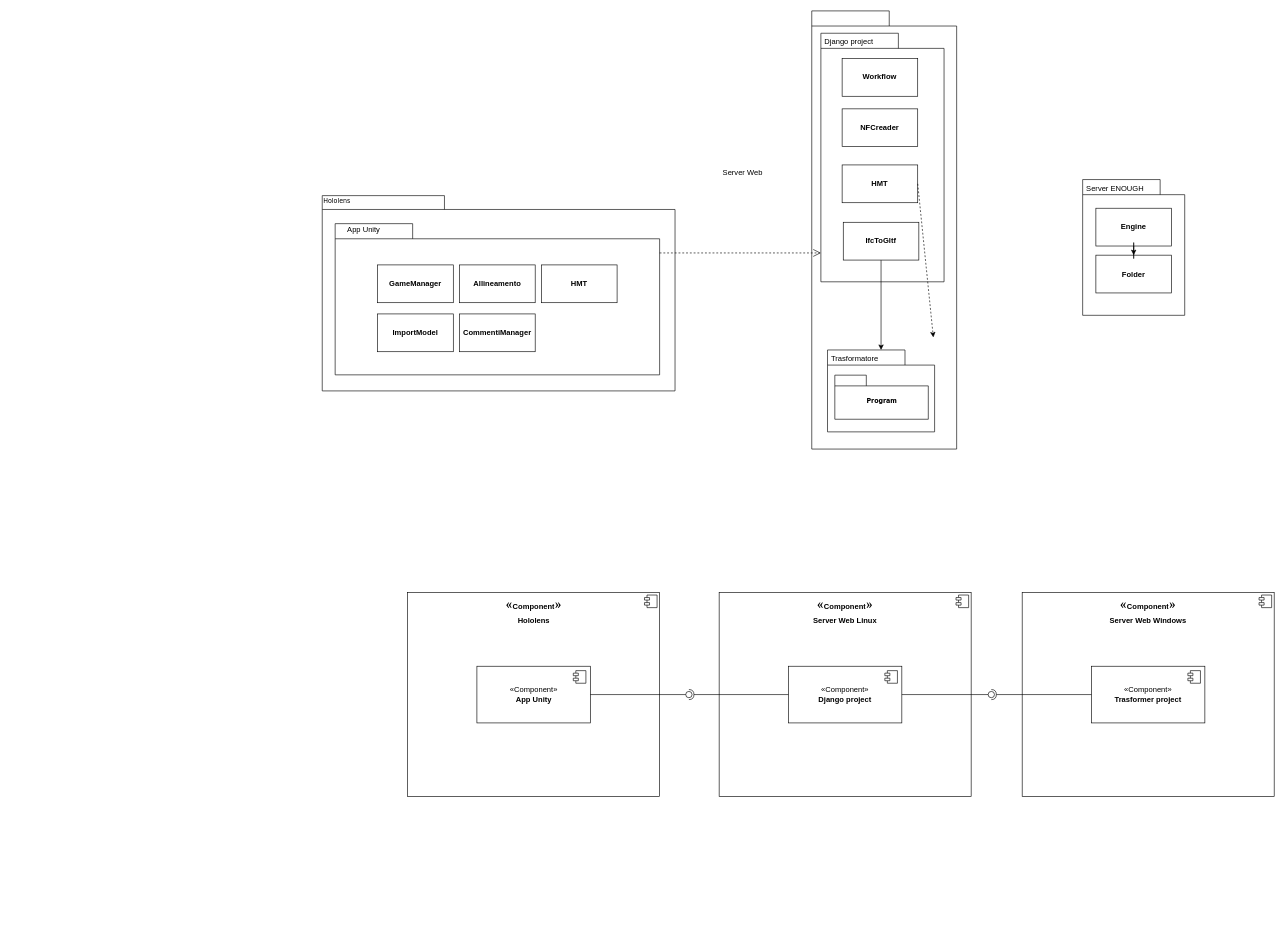
f94f/ENOGH-UML keeps this draw.io diagram as Componenti/compinenti.drawio. Above is the earlier version. Source tidied: cells renumbered, new cells numbered last; positions are measured from the earlier drawing's top-left corner, leaving out a move shared by most shapes. Both pictures are drawn from the tidied source at 63%, with x=0, y=0 at pixel (322, 11).
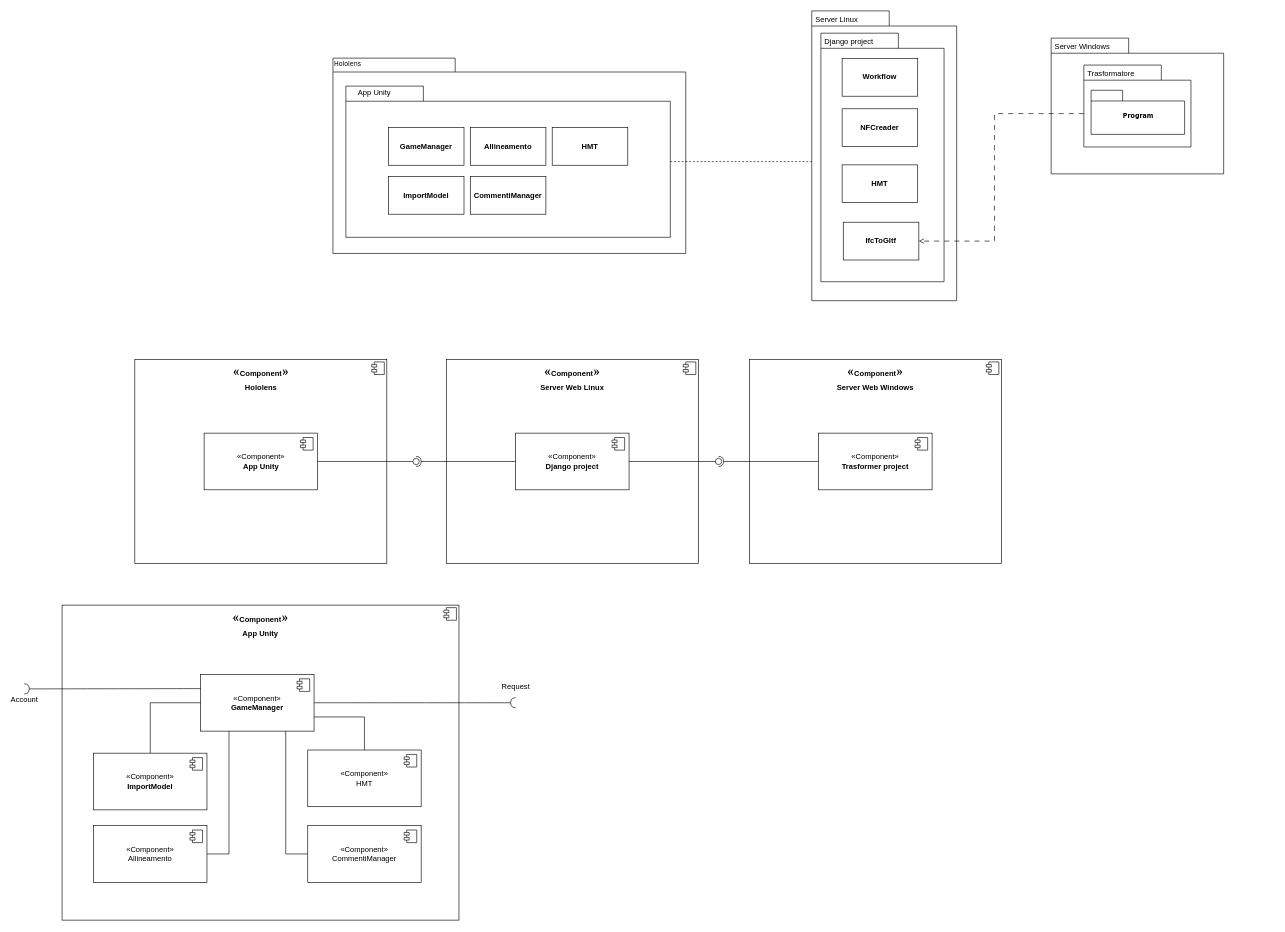
Above is the later version.

Diff of the diagram source:
```diff
@@
-    <mxCell id="2" style="shape=folder;fontStyle=1;spacingTop=10;tabWidth=123;tabHeight=24;tabPosition=left;html=1;rounded=0;shadow=0;comic=0;labelBackgroundColor=none;strokeWidth=1;fontFamily=Verdana;fontSize=10;align=center;" parent="1" vertex="1">
-      <mxGeometry x="1207" y="267.5" width="162" height="215.5" as="geometry" />
-    </mxCell>
-    <mxCell id="3" value="&lt;b&gt;Engine&lt;br&gt;&lt;/b&gt;" style="rounded=0;whiteSpace=wrap;html=1;" parent="1" vertex="1">
-      <mxGeometry x="1228" y="313" width="120" height="60" as="geometry" />
-    </mxCell>
-    <mxCell id="4" value="&lt;b&gt;Folder&lt;/b&gt;" style="rounded=0;whiteSpace=wrap;html=1;" parent="1" vertex="1">
-      <mxGeometry x="1228" y="387.5" width="120" height="60" as="geometry" />
-    </mxCell>
-    <mxCell id="5" style="edgeStyle=orthogonalEdgeStyle;rounded=0;jettySize=auto;html=1;entryX=0.5;entryY=0;entryDx=0;entryDy=0;" parent="1" edge="1" source="3" target="4">
-      <mxGeometry relative="1" as="geometry" />
-    </mxCell>
-    <mxCell id="6" value="Server ENOUGH" style="text;strokeColor=none;fillColor=none;align=left;verticalAlign=top;spacingLeft=4;spacingRight=4;overflow=hidden;" parent="1" vertex="1">
-      <mxGeometry x="1207" y="267.5" width="125.5" height="26" as="geometry" />
-    </mxCell>
-    <mxCell id="7" style="group;" parent="1" vertex="1">
-      <mxGeometry x="777" y="-0.2" width="230" height="695.5" as="geometry" />
-    </mxCell>
-    <mxCell id="8" style="group;" parent="7" vertex="1">
-      <mxGeometry width="230" height="695.5" as="geometry" />
-    </mxCell>
-    <mxCell id="9" style="shape=folder;fontStyle=1;spacingTop=10;tabWidth=123;tabHeight=24;tabPosition=left;html=1;rounded=0;shadow=0;comic=0;labelBackgroundColor=none;strokeWidth=1;fontFamily=Verdana;fontSize=10;align=center;" parent="8" vertex="1">
-      <mxGeometry width="230" height="695.5" as="geometry" />
-    </mxCell>
-    <mxCell id="10" style="group;" parent="8" vertex="1">
-      <mxGeometry x="25" y="538.2" width="180" height="130" as="geometry" />
-    </mxCell>
-    <mxCell id="11" style="shape=folder;fontStyle=1;spacingTop=10;tabWidth=123;tabHeight=24;tabPosition=left;html=1;rounded=0;shadow=0;comic=0;labelBackgroundColor=none;strokeWidth=1;fontFamily=Verdana;fontSize=10;align=center;" parent="10" vertex="1">
-      <mxGeometry width="170" height="130" as="geometry" />
-    </mxCell>
-    <mxCell id="12" value="Program" style="shape=folder;fontStyle=1;spacingTop=10;tabWidth=50;tabHeight=17;tabPosition=left;html=1;rounded=0;shadow=0;comic=0;labelBackgroundColor=none;strokeWidth=1;fontFamily=Verdana;fontSize=10;align=center;" parent="10" vertex="1">
-      <mxGeometry x="11.6" y="40" width="148.4" height="70" as="geometry" />
-    </mxCell>
-    <mxCell id="13" value="Trasformatore" style="text;strokeColor=none;fillColor=none;align=left;verticalAlign=top;spacingLeft=4;spacingRight=4;overflow=hidden;" parent="10" vertex="1">
-      <mxGeometry width="90" height="26" as="geometry" />
-    </mxCell>
-    <mxCell id="14" style="shape=folder;fontStyle=1;spacingTop=10;tabWidth=123;tabHeight=24;tabPosition=left;html=1;rounded=0;shadow=0;comic=0;labelBackgroundColor=none;strokeWidth=1;fontFamily=Verdana;fontSize=10;align=center;" parent="8" vertex="1">
-      <mxGeometry x="14.5" y="35.5" width="195.5" height="394.5" as="geometry" />
-    </mxCell>
-    <mxCell id="15" style="edgeStyle=orthogonalEdgeStyle;rounded=0;jettySize=auto;html=1;exitX=0.5;exitY=1;exitDx=0;exitDy=0;" parent="8" edge="1" source="19" target="11">
-      <mxGeometry relative="1" as="geometry" />
-    </mxCell>
-    <mxCell id="16" value="Django project" style="text;strokeColor=none;fillColor=none;align=left;verticalAlign=top;spacingLeft=4;spacingRight=4;overflow=hidden;" parent="8" vertex="1">
-      <mxGeometry x="14.5" y="35.5" width="125.5" height="26" as="geometry" />
-    </mxCell>
-    <mxCell id="17" value="&lt;b&gt;Workflow&lt;br&gt;&lt;/b&gt;" style="rounded=0;whiteSpace=wrap;html=1;" parent="8" vertex="1">
-      <mxGeometry x="48.2" y="75.5" width="120" height="60" as="geometry" />
-    </mxCell>
-    <mxCell id="18" value="&lt;b&gt;NFCreader&lt;/b&gt;" style="rounded=0;whiteSpace=wrap;html=1;" parent="8" vertex="1">
-      <mxGeometry x="48.2" y="155.5" width="120" height="60" as="geometry" />
-    </mxCell>
-    <mxCell id="19" value="&lt;b&gt;IfcToGltf&lt;/b&gt;" style="rounded=0;whiteSpace=wrap;html=1;" parent="8" vertex="1">
-      <mxGeometry x="50" y="335.5" width="120" height="60" as="geometry" />
-    </mxCell>
-    <mxCell id="20" value="&lt;b&gt;HMT&lt;/b&gt;" style="rounded=0;whiteSpace=wrap;html=1;" parent="8" vertex="1">
-      <mxGeometry x="48.2" y="244.5" width="120" height="60" as="geometry" />
-    </mxCell>
-    <mxCell id="21" value="Server Web" style="text;strokeColor=none;fillColor=none;align=left;verticalAlign=top;spacingLeft=4;spacingRight=4;overflow=hidden;" parent="1" vertex="1">
-      <mxGeometry x="630" y="243" width="80" height="26" as="geometry" />
-    </mxCell>
-    <mxCell id="22" style="endArrow=classic;dashed=1;html=1;rounded=0;exitX=1;exitY=0.5;exitDx=0;exitDy=0;" parent="1" edge="1" source="20">
-      <mxGeometry relative="1" as="geometry">
-        <mxPoint x="970" y="518" as="targetPoint" />
-      </mxGeometry>
-    </mxCell>
     <mxCell id="23" style="shape=folder;fontStyle=1;spacingTop=10;tabWidth=194;tabHeight=22;tabPosition=left;html=1;rounded=0;shadow=0;comic=0;labelBackgroundColor=none;strokeWidth=1;fillColor=none;fontFamily=Verdana;fontSize=10;align=center;" parent="1" vertex="1">
-      <mxGeometry y="293" width="560" height="310" as="geometry" />
+      <mxGeometry x="17" y="74.8" width="560" height="310" as="geometry" />
     </mxCell>
@@
     <mxCell id="25" style="shape=folder;fontStyle=1;spacingTop=10;tabWidth=123;tabHeight=24;tabPosition=left;html=1;rounded=0;shadow=0;comic=0;labelBackgroundColor=none;strokeColor=#000000;strokeWidth=1;fillColor=#ffffff;fontFamily=Verdana;fontSize=10;fontColor=#000000;align=center;" parent="1" vertex="1">
-      <mxGeometry x="20.5" y="337.5" width="515" height="240" as="geometry" />
+      <mxGeometry x="37.5" y="119.2" width="515" height="240" as="geometry" />
     </mxCell>
     <mxCell id="26" value="App Unity" style="text;html=1;strokeColor=none;fillColor=none;align=center;verticalAlign=middle;whiteSpace=wrap;rounded=0;" parent="1" vertex="1">
-      <mxGeometry x="20.5" y="337.5" width="89.5" height="20" as="geometry" />
+      <mxGeometry x="37.5" y="119.2" width="89.5" height="20" as="geometry" />
     </mxCell>
     <mxCell id="27" value="&lt;b&gt;GameManager&lt;/b&gt;" style="rounded=0;whiteSpace=wrap;html=1;" parent="1" vertex="1">
-      <mxGeometry x="88" y="403" width="120" height="60" as="geometry" />
+      <mxGeometry x="105" y="184.8" width="120" height="60" as="geometry" />
     </mxCell>
     <mxCell id="28" value="&lt;b&gt;ImportModel&lt;/b&gt;" style="rounded=0;whiteSpace=wrap;html=1;" parent="1" vertex="1">
-      <mxGeometry x="88" y="480.8" width="120" height="60" as="geometry" />
+      <mxGeometry x="105" y="262.5" width="120" height="60" as="geometry" />
     </mxCell>
     <mxCell id="29" value="&lt;b&gt;Allineamento&lt;/b&gt;" style="rounded=0;whiteSpace=wrap;html=1;" parent="1" vertex="1">
-      <mxGeometry x="218" y="403" width="120" height="60" as="geometry" />
+      <mxGeometry x="235" y="184.8" width="120" height="60" as="geometry" />
     </mxCell>
     <mxCell id="30" value="&lt;b&gt;HMT&lt;/b&gt;" style="rounded=0;whiteSpace=wrap;html=1;" parent="1" vertex="1">
-      <mxGeometry x="348" y="403" width="120" height="60" as="geometry" />
+      <mxGeometry x="365" y="184.8" width="120" height="60" as="geometry" />
     </mxCell>
     <mxCell id="31" value="&lt;b&gt;CommentiManager&lt;/b&gt;" style="rounded=0;whiteSpace=wrap;html=1;" parent="1" vertex="1">
-      <mxGeometry x="218" y="480.8" width="120" height="60" as="geometry" />
+      <mxGeometry x="235" y="262.5" width="120" height="60" as="geometry" />
     </mxCell>
@@
     <mxCell id="33" value="&lt;p style=&quot;margin:0px;margin-top:6px;text-align:center;&quot;&gt;&lt;span style=&quot;background-color: rgb(255, 255, 255); font-family: &amp;quot;Linux Libertine&amp;quot;, Georgia, Times, &amp;quot;Source Serif Pro&amp;quot;, serif; font-size: 1.8em; text-align: left;&quot;&gt;«&lt;/span&gt;&lt;b style=&quot;background-color: initial;&quot;&gt;Component&lt;/b&gt;&lt;span style=&quot;background-color: rgb(255, 255, 255); font-family: &amp;quot;Linux Libertine&amp;quot;, Georgia, Times, &amp;quot;Source Serif Pro&amp;quot;, serif; font-size: 1.8em; text-align: left;&quot;&gt;»&lt;/span&gt;&lt;/p&gt;&lt;p style=&quot;margin:0px;margin-top:6px;text-align:center;&quot;&gt;&lt;b&gt;Hololens&lt;/b&gt;&lt;/p&gt;&lt;p style=&quot;margin:0px;margin-left:8px;&quot;&gt;&lt;br&gt;&lt;/p&gt;" style="align=left;overflow=fill;html=1;whiteSpace=wrap;" parent="1" vertex="1">
-      <mxGeometry x="135.5" y="923" width="400" height="324" as="geometry" />
+      <mxGeometry x="-297.5" y="553" width="400" height="324" as="geometry" />
     </mxCell>
@@
     <mxCell id="35" value="«Component»&lt;br&gt;&lt;b&gt;App Unity&lt;/b&gt;" style="html=1;whiteSpace=wrap;" parent="1" vertex="1">
-      <mxGeometry x="245.5" y="1040" width="180" height="90" as="geometry" />
+      <mxGeometry x="-187.5" y="670" width="180" height="90" as="geometry" />
     </mxCell>
@@
     <mxCell id="37" value="&lt;p style=&quot;margin:0px;margin-top:6px;text-align:center;&quot;&gt;&lt;span style=&quot;background-color: rgb(255, 255, 255); font-family: &amp;quot;Linux Libertine&amp;quot;, Georgia, Times, &amp;quot;Source Serif Pro&amp;quot;, serif; font-size: 1.8em; text-align: left;&quot;&gt;«&lt;/span&gt;&lt;b style=&quot;background-color: initial;&quot;&gt;Component&lt;/b&gt;&lt;span style=&quot;background-color: rgb(255, 255, 255); font-family: &amp;quot;Linux Libertine&amp;quot;, Georgia, Times, &amp;quot;Source Serif Pro&amp;quot;, serif; font-size: 1.8em; text-align: left;&quot;&gt;»&lt;/span&gt;&lt;/p&gt;&lt;p style=&quot;margin:0px;margin-top:6px;text-align:center;&quot;&gt;&lt;b&gt;Server Web Linux&lt;/b&gt;&lt;/p&gt;&lt;p style=&quot;margin:0px;margin-left:8px;&quot;&gt;&lt;br&gt;&lt;/p&gt;" style="align=left;overflow=fill;html=1;whiteSpace=wrap;" parent="1" vertex="1">
-      <mxGeometry x="630" y="923" width="400" height="324" as="geometry" />
+      <mxGeometry x="197" y="553" width="400" height="324" as="geometry" />
     </mxCell>
@@
     <mxCell id="39" value="«Component»&lt;br&gt;&lt;b&gt;Django project&lt;/b&gt;" style="html=1;whiteSpace=wrap;" parent="1" vertex="1">
-      <mxGeometry x="740" y="1040" width="180" height="90" as="geometry" />
+      <mxGeometry x="307" y="670" width="180" height="90" as="geometry" />
     </mxCell>
@@
     <mxCell id="43" style="ellipse;whiteSpace=wrap;html=1;align=center;fillColor=none;strokeColor=none;perimeter=centerPerimeter;points=[];outlineConnect=1;" parent="1" vertex="1">
-      <mxGeometry x="577" y="1080" width="10" height="10" as="geometry" />
+      <mxGeometry x="144" y="710" width="10" height="10" as="geometry" />
     </mxCell>
     <mxCell id="44" value="&lt;p style=&quot;margin:0px;margin-top:6px;text-align:center;&quot;&gt;&lt;span style=&quot;background-color: rgb(255, 255, 255); font-family: &amp;quot;Linux Libertine&amp;quot;, Georgia, Times, &amp;quot;Source Serif Pro&amp;quot;, serif; font-size: 1.8em; text-align: left;&quot;&gt;«&lt;/span&gt;&lt;b style=&quot;background-color: initial;&quot;&gt;Component&lt;/b&gt;&lt;span style=&quot;background-color: rgb(255, 255, 255); font-family: &amp;quot;Linux Libertine&amp;quot;, Georgia, Times, &amp;quot;Source Serif Pro&amp;quot;, serif; font-size: 1.8em; text-align: left;&quot;&gt;»&lt;/span&gt;&lt;/p&gt;&lt;p style=&quot;margin:0px;margin-top:6px;text-align:center;&quot;&gt;&lt;b&gt;Server Web Windows&lt;/b&gt;&lt;/p&gt;&lt;p style=&quot;margin:0px;margin-left:8px;&quot;&gt;&lt;br&gt;&lt;/p&gt;" style="align=left;overflow=fill;html=1;whiteSpace=wrap;" parent="1" vertex="1">
-      <mxGeometry x="1111" y="923" width="400" height="324" as="geometry" />
+      <mxGeometry x="678" y="553" width="400" height="324" as="geometry" />
     </mxCell>
@@
     <mxCell id="46" value="«Component»&lt;br&gt;&lt;b&gt;Trasformer project&lt;/b&gt;" style="html=1;whiteSpace=wrap;" parent="1" vertex="1">
-      <mxGeometry x="1221" y="1040" width="180" height="90" as="geometry" />
+      <mxGeometry x="788" y="670" width="180" height="90" as="geometry" />
     </mxCell>
@@
     <mxCell id="50" style="ellipse;whiteSpace=wrap;html=1;align=center;fillColor=none;strokeColor=none;perimeter=centerPerimeter;points=[];outlineConnect=1;" parent="1" vertex="1">
-      <mxGeometry x="1057" y="1080" width="10" height="10" as="geometry" />
+      <mxGeometry x="624" y="710" width="10" height="10" as="geometry" />
     </mxCell>
+    <mxCell id="51" value="&lt;p style=&quot;margin:0px;margin-top:6px;text-align:center;&quot;&gt;&lt;span style=&quot;background-color: rgb(255, 255, 255); font-family: &amp;quot;Linux Libertine&amp;quot;, Georgia, Times, &amp;quot;Source Serif Pro&amp;quot;, serif; font-size: 1.8em; text-align: left;&quot;&gt;«&lt;/span&gt;&lt;b style=&quot;background-color: initial;&quot;&gt;Component&lt;/b&gt;&lt;span style=&quot;background-color: rgb(255, 255, 255); font-family: &amp;quot;Linux Libertine&amp;quot;, Georgia, Times, &amp;quot;Source Serif Pro&amp;quot;, serif; font-size: 1.8em; text-align: left;&quot;&gt;»&lt;/span&gt;&lt;/p&gt;&lt;p style=&quot;margin:0px;margin-top:6px;text-align:center;&quot;&gt;&lt;b&gt;App Unity&lt;/b&gt;&lt;/p&gt;&lt;p style=&quot;margin:0px;margin-left:8px;&quot;&gt;&lt;br&gt;&lt;/p&gt;" style="align=left;overflow=fill;html=1;whiteSpace=wrap;" parent="1" vertex="1">
+      <mxGeometry x="-413" y="943" width="630" height="500" as="geometry" />
+    </mxCell>
+    <mxCell id="52" style="shape=component;jettyWidth=8;jettyHeight=4;" parent="51" vertex="1">
+      <mxGeometry x="1" width="20" height="20" relative="1" as="geometry">
+        <mxPoint x="-24" y="4" as="offset" />
+      </mxGeometry>
+    </mxCell>
+    <mxCell id="53" value="«Component»&lt;br&gt;&lt;b&gt;GameManager&lt;/b&gt;" style="html=1;whiteSpace=wrap;" parent="1" vertex="1">
+      <mxGeometry x="-193" y="1053" width="180" height="90" as="geometry" />
+    </mxCell>
+    <mxCell id="54" style="shape=module;jettyWidth=8;jettyHeight=4;" parent="53" vertex="1">
+      <mxGeometry x="1" width="20" height="20" relative="1" as="geometry">
+        <mxPoint x="-27" y="7" as="offset" />
+      </mxGeometry>
+    </mxCell>
+    <mxCell id="55" value="Request" style="rounded=0;jettySize=auto;html=1;endArrow=halfCircle;endFill=0;endSize=6;strokeWidth=1;sketch=0;fontSize=12;curved=1;exitX=1;exitY=0.5;exitDx=0;exitDy=0;" parent="1" edge="1" source="53">
+      <mxGeometry x="1" y="25" relative="1" as="geometry">
+        <mxPoint x="307" y="1098" as="targetPoint" />
+      </mxGeometry>
+    </mxCell>
+    <mxCell id="56" style="edgeStyle=orthogonalEdgeStyle;rounded=0;jettySize=auto;html=1;entryX=0;entryY=0.5;entryDx=0;entryDy=0;strokeColor=default;endArrow=none;endFill=0;" parent="1" edge="1" source="57" target="53">
+      <mxGeometry relative="1" as="geometry" />
+    </mxCell>
+    <mxCell id="57" value="«Component»&lt;br&gt;&lt;b&gt;ImportModel&lt;/b&gt;" style="html=1;whiteSpace=wrap;" parent="1" vertex="1">
+      <mxGeometry x="-363" y="1178" width="180" height="90" as="geometry" />
+    </mxCell>
+    <mxCell id="58" style="shape=module;jettyWidth=8;jettyHeight=4;" parent="57" vertex="1">
+      <mxGeometry x="1" width="20" height="20" relative="1" as="geometry">
+        <mxPoint x="-27" y="7" as="offset" />
+      </mxGeometry>
+    </mxCell>
+    <mxCell id="59" style="edgeStyle=orthogonalEdgeStyle;rounded=0;jettySize=auto;html=1;entryX=0.25;entryY=1;entryDx=0;entryDy=0;endArrow=none;endFill=0;" parent="1" edge="1" source="60" target="53">
+      <mxGeometry relative="1" as="geometry">
+        <Array as="points">
+          <mxPoint x="-148" y="1338" />
+        </Array>
+      </mxGeometry>
+    </mxCell>
+    <mxCell id="60" value="«Component»&lt;br&gt;Allineamento" style="html=1;whiteSpace=wrap;" parent="1" vertex="1">
+      <mxGeometry x="-363" y="1293" width="180" height="90" as="geometry" />
+    </mxCell>
+    <mxCell id="61" style="shape=module;jettyWidth=8;jettyHeight=4;" parent="60" vertex="1">
+      <mxGeometry x="1" width="20" height="20" relative="1" as="geometry">
+        <mxPoint x="-27" y="7" as="offset" />
+      </mxGeometry>
+    </mxCell>
+    <mxCell id="62" style="edgeStyle=orthogonalEdgeStyle;rounded=0;jettySize=auto;html=1;entryX=0.75;entryY=1;entryDx=0;entryDy=0;endArrow=none;endFill=0;" parent="1" edge="1" source="63" target="53">
+      <mxGeometry relative="1" as="geometry">
+        <Array as="points">
+          <mxPoint x="-58" y="1338" />
+        </Array>
+      </mxGeometry>
+    </mxCell>
+    <mxCell id="63" value="«Component»&lt;br&gt;CommentiManager" style="html=1;whiteSpace=wrap;" parent="1" vertex="1">
+      <mxGeometry x="-23" y="1293" width="180" height="90" as="geometry" />
+    </mxCell>
+    <mxCell id="64" style="shape=module;jettyWidth=8;jettyHeight=4;" parent="63" vertex="1">
+      <mxGeometry x="1" width="20" height="20" relative="1" as="geometry">
+        <mxPoint x="-27" y="7" as="offset" />
+      </mxGeometry>
+    </mxCell>
+    <mxCell id="65" style="edgeStyle=orthogonalEdgeStyle;rounded=0;jettySize=auto;html=1;entryX=1;entryY=0.75;entryDx=0;entryDy=0;endArrow=none;endFill=0;" parent="1" edge="1" source="66" target="53">
+      <mxGeometry relative="1" as="geometry" />
+    </mxCell>
+    <mxCell id="66" value="«Component»&lt;br&gt;HMT" style="html=1;whiteSpace=wrap;" parent="1" vertex="1">
+      <mxGeometry x="-23" y="1173" width="180" height="90" as="geometry" />
+    </mxCell>
+    <mxCell id="67" style="shape=module;jettyWidth=8;jettyHeight=4;" parent="66" vertex="1">
+      <mxGeometry x="1" width="20" height="20" relative="1" as="geometry">
+        <mxPoint x="-27" y="7" as="offset" />
+      </mxGeometry>
+    </mxCell>
+    <mxCell id="68" value="Account" style="rounded=0;jettySize=auto;html=1;endArrow=halfCircle;endFill=0;endSize=6;strokeWidth=1;sketch=0;fontSize=12;curved=1;exitX=0;exitY=0.25;exitDx=0;exitDy=0;" parent="1" edge="1" source="53">
+      <mxGeometry x="1" y="17" relative="1" as="geometry">
+        <mxPoint x="-473" y="1076" as="targetPoint" />
+      </mxGeometry>
+    </mxCell>
+    <mxCell id="9" style="shape=folder;fontStyle=1;spacingTop=10;tabWidth=123;tabHeight=24;tabPosition=left;html=1;rounded=0;shadow=0;comic=0;labelBackgroundColor=none;strokeWidth=1;fontFamily=Verdana;fontSize=10;align=center;" parent="1" vertex="1">
+      <mxGeometry x="777" y="-0.2" width="230" height="460" as="geometry" />
+    </mxCell>
+    <mxCell id="14" style="shape=folder;fontStyle=1;spacingTop=10;tabWidth=123;tabHeight=24;tabPosition=left;html=1;rounded=0;shadow=0;comic=0;labelBackgroundColor=none;strokeWidth=1;fontFamily=Verdana;fontSize=10;align=center;" parent="1" vertex="1">
+      <mxGeometry x="791.5" y="35.2" width="195.5" height="394.5" as="geometry" />
+    </mxCell>
+    <mxCell id="16" value="Django project" style="text;strokeColor=none;fillColor=none;align=left;verticalAlign=top;spacingLeft=4;spacingRight=4;overflow=hidden;" parent="1" vertex="1">
+      <mxGeometry x="791.5" y="35.2" width="125.5" height="26" as="geometry" />
+    </mxCell>
+    <mxCell id="17" value="&lt;b&gt;Workflow&lt;br&gt;&lt;/b&gt;" style="rounded=0;whiteSpace=wrap;html=1;" parent="1" vertex="1">
+      <mxGeometry x="825.2" y="75.2" width="120" height="60" as="geometry" />
+    </mxCell>
+    <mxCell id="18" value="&lt;b&gt;NFCreader&lt;/b&gt;" style="rounded=0;whiteSpace=wrap;html=1;" parent="1" vertex="1">
+      <mxGeometry x="825.2" y="155.2" width="120" height="60" as="geometry" />
+    </mxCell>
+    <mxCell id="19" value="&lt;b&gt;IfcToGltf&lt;/b&gt;" style="rounded=0;whiteSpace=wrap;html=1;" parent="1" vertex="1">
+      <mxGeometry x="827" y="335.2" width="120" height="60" as="geometry" />
+    </mxCell>
+    <mxCell id="20" value="&lt;b&gt;HMT&lt;/b&gt;" style="rounded=0;whiteSpace=wrap;html=1;" parent="1" vertex="1">
+      <mxGeometry x="825.2" y="244.2" width="120" height="60" as="geometry" />
+    </mxCell>
+    <mxCell id="69" style="group;" parent="1" vertex="1">
+      <mxGeometry x="1157" y="43" width="273.8" height="215.5" as="geometry" />
+    </mxCell>
+    <mxCell id="2" style="shape=folder;fontStyle=1;spacingTop=10;tabWidth=123;tabHeight=24;tabPosition=left;html=1;rounded=0;shadow=0;comic=0;labelBackgroundColor=none;strokeWidth=1;fontFamily=Verdana;fontSize=10;align=center;" parent="69" vertex="1">
+      <mxGeometry width="273.8" height="215.5" as="geometry" />
+    </mxCell>
+    <mxCell id="6" value="Server Windows" style="text;strokeColor=none;fillColor=none;align=left;verticalAlign=top;spacingLeft=4;spacingRight=4;overflow=hidden;" parent="69" vertex="1">
+      <mxGeometry width="212.1" height="26" as="geometry" />
+    </mxCell>
+    <mxCell id="11" style="shape=folder;fontStyle=1;spacingTop=10;tabWidth=123;tabHeight=24;tabPosition=left;html=1;rounded=0;shadow=0;comic=0;labelBackgroundColor=none;strokeWidth=1;fontFamily=Verdana;fontSize=10;align=center;" parent="69" vertex="1">
+      <mxGeometry x="51.9" y="42.8" width="170" height="130" as="geometry" />
+    </mxCell>
+    <mxCell id="12" value="Program" style="shape=folder;fontStyle=1;spacingTop=10;tabWidth=50;tabHeight=17;tabPosition=left;html=1;rounded=0;shadow=0;comic=0;labelBackgroundColor=none;strokeWidth=1;fontFamily=Verdana;fontSize=10;align=center;" parent="69" vertex="1">
+      <mxGeometry x="63.4" y="82.8" width="148.4" height="70" as="geometry" />
+    </mxCell>
+    <mxCell id="13" value="Trasformatore" style="text;strokeColor=none;fillColor=none;align=left;verticalAlign=top;spacingLeft=4;spacingRight=4;overflow=hidden;" parent="69" vertex="1">
+      <mxGeometry x="51.9" y="42.8" width="90" height="26" as="geometry" />
+    </mxCell>
+    <mxCell id="70" style="edgeStyle=orthogonalEdgeStyle;rounded=0;jettySize=auto;html=1;entryX=1;entryY=0.5;entryDx=0;entryDy=0;strokeColor=default;dashed=1;dashPattern=8 8;exitX=0;exitY=0;exitDx=0;exitDy=77;exitPerimeter=0;endArrow=open;endFill=0;" parent="1" edge="1" source="11" target="19">
+      <mxGeometry relative="1" as="geometry">
+        <Array as="points">
+          <mxPoint x="1067" y="163" />
+          <mxPoint x="1067" y="365" />
+        </Array>
+      </mxGeometry>
+    </mxCell>
+    <mxCell id="21" value="Server Linux" style="text;strokeColor=none;fillColor=none;align=left;verticalAlign=top;spacingLeft=4;spacingRight=4;overflow=hidden;" parent="1" vertex="1">
+      <mxGeometry x="777" y="-0.2" width="80" height="26" as="geometry" />
+    </mxCell>
```
